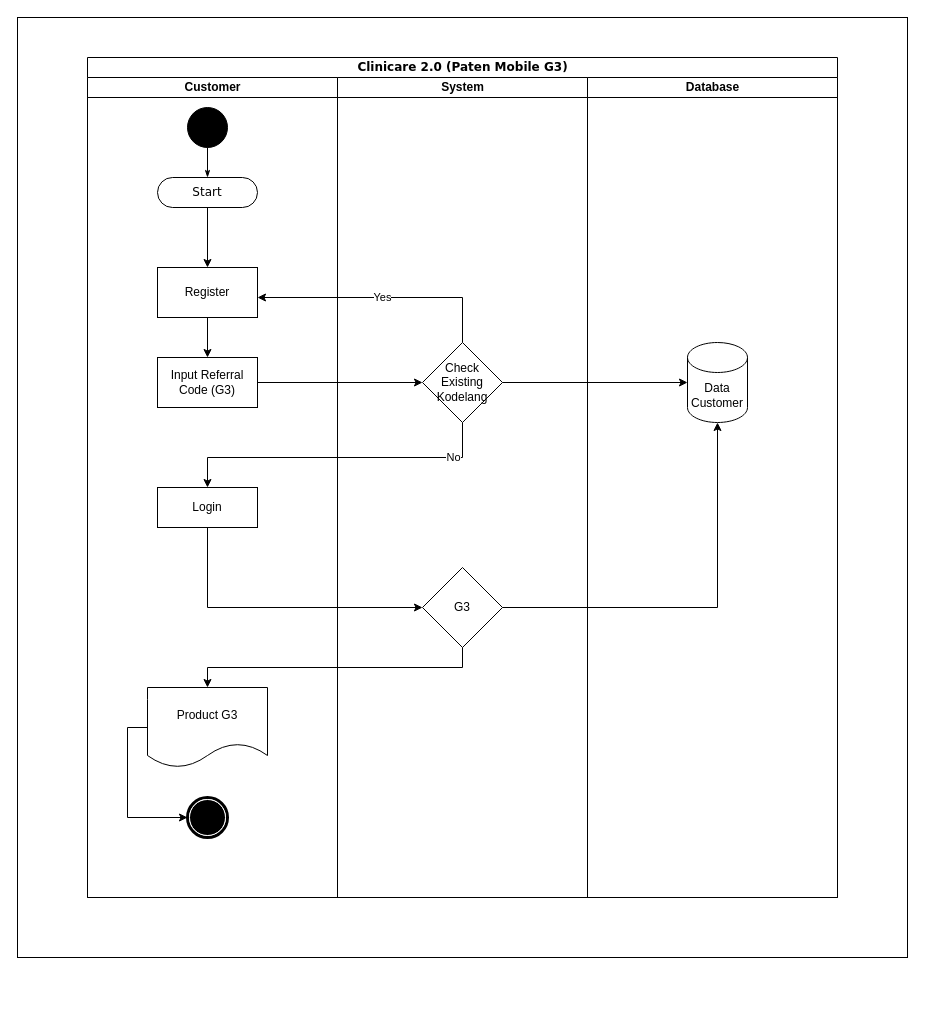
Above: page "BP-Paten Mobile G3" (2 of 6) of Diagram Paten Mobile G3.drawio in muhamadfarkhan/system-analyst (draw.io), before the change. Source tidied: cells renumbered, new cells numbered last; positions are measured from the earlier drawing's top-left corner, leaving out a move shared by most shapes. Both pictures are drawn from the tidied source at 100%, with x=0, y=0 at pixel (17, 17).
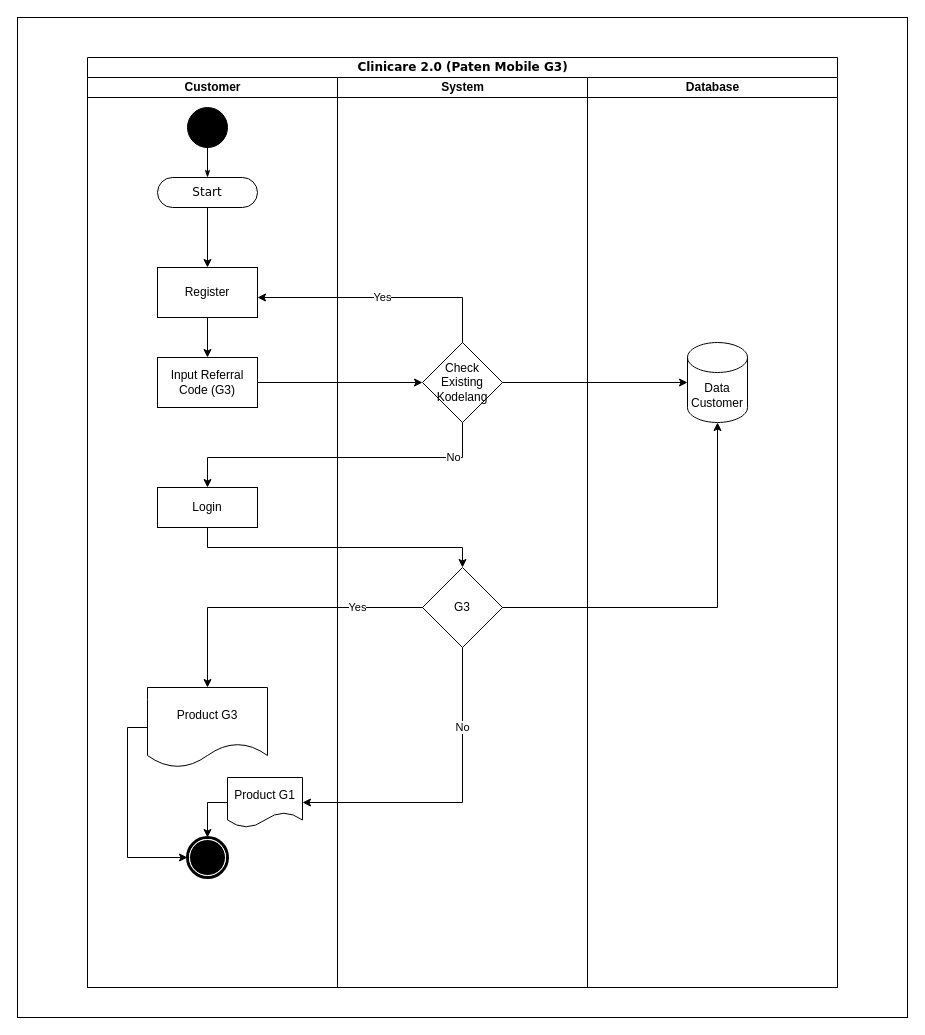
After the change.

The change refers to these unchanged cells:
```xml
<mxCell id="11" value="Login" style="whiteSpace=wrap;html=1;dashed=0;" parent="4" vertex="1">
  <mxGeometry x="70" y="410" width="100" height="40" as="geometry" />
</mxCell>
<mxCell id="15" value="Product G3" style="shape=document;whiteSpace=wrap;html=1;boundedLbl=1;" parent="4" vertex="1">
  <mxGeometry x="60" y="610" width="120" height="80" as="geometry" />
</mxCell>
<mxCell id="17" value="G3" style="rhombus;whiteSpace=wrap;html=1;" parent="16" vertex="1">
  <mxGeometry x="85" y="490" width="80" height="80" as="geometry" />
</mxCell>
<mxCell id="20" value="Data Customer" style="shape=cylinder3;whiteSpace=wrap;html=1;boundedLbl=1;backgroundOutline=1;size=15;" parent="19" vertex="1">
  <mxGeometry x="100" y="265" width="60" height="80" as="geometry" />
</mxCell>
```

What changed in the source:
```diff
@@
     <mxCell id="2" style="rounded=0;whiteSpace=wrap;html=1;" parent="1" vertex="1">
-      <mxGeometry width="890" height="940" as="geometry" />
+      <mxGeometry width="890" height="1000" as="geometry" />
     </mxCell>
     <mxCell id="3" value="Clinicare 2.0 (Paten Mobile G3)" style="swimlane;html=1;startSize=20;rounded=0;shadow=0;comic=0;labelBackgroundColor=none;strokeWidth=1;fontFamily=Verdana;fontSize=12;align=center;" parent="1" vertex="1">
-      <mxGeometry x="70" y="40" width="750" height="840" as="geometry" />
+      <mxGeometry x="70" y="40" width="750" height="930" as="geometry" />
     </mxCell>
     <mxCell id="4" value="Customer" style="swimlane;html=1;startSize=20;" parent="3" vertex="1">
-      <mxGeometry y="20" width="250" height="820" as="geometry" />
+      <mxGeometry y="20" width="250" height="910" as="geometry" />
     </mxCell>
@@
     <mxCell id="12" style="shape=mxgraph.bpmn.shape;html=1;verticalLabelPosition=bottom;labelBackgroundColor=#ffffff;verticalAlign=top;perimeter=ellipsePerimeter;outline=end;symbol=terminate;rounded=0;shadow=0;comic=0;strokeWidth=1;fontFamily=Verdana;fontSize=12;align=center;" parent="4" vertex="1">
-      <mxGeometry x="100" y="720" width="40" height="40" as="geometry" />
+      <mxGeometry x="100" y="760" width="40" height="40" as="geometry" />
     </mxCell>
@@
+    <mxCell id="28" style="edgeStyle=orthogonalEdgeStyle;rounded=0;jettySize=auto;html=1;exitX=0;exitY=0.5;exitDx=0;exitDy=0;entryX=0.5;entryY=0;entryDx=0;entryDy=0;" parent="4" edge="1" source="29" target="12">
+      <mxGeometry relative="1" as="geometry" />
+    </mxCell>
+    <mxCell id="29" value="Product G1" style="shape=document;whiteSpace=wrap;html=1;boundedLbl=1;" parent="4" vertex="1">
+      <mxGeometry x="140" y="700" width="75" height="50" as="geometry" />
+    </mxCell>
     <mxCell id="16" value="System" style="swimlane;html=1;startSize=20;" parent="3" vertex="1">
-      <mxGeometry x="250" y="20" width="250" height="820" as="geometry" />
+      <mxGeometry x="250" y="20" width="250" height="910" as="geometry" />
     </mxCell>
@@
     <mxCell id="19" value="Database" style="swimlane;html=1;startSize=20;" parent="3" vertex="1">
-      <mxGeometry x="500" y="20" width="250" height="820" as="geometry" />
+      <mxGeometry x="500" y="20" width="250" height="910" as="geometry" />
     </mxCell>
@@
-    <mxCell id="21" style="edgeStyle=orthogonalEdgeStyle;rounded=0;jettySize=auto;html=1;exitX=0.5;exitY=1;exitDx=0;exitDy=0;entryX=0;entryY=0.5;entryDx=0;entryDy=0;" parent="3" edge="1" source="11" target="17">
+    <mxCell id="21" style="edgeStyle=orthogonalEdgeStyle;rounded=0;jettySize=auto;html=1;exitX=0.5;exitY=1;exitDx=0;exitDy=0;" parent="3" edge="1" source="11" target="17">
       <mxGeometry relative="1" as="geometry" />
     </mxCell>
@@
+    <mxCell id="27" style="edgeStyle=orthogonalEdgeStyle;rounded=0;jettySize=auto;html=1;exitX=1;exitY=0.5;exitDx=0;exitDy=0;" parent="3" edge="1" source="17" target="20">
+      <mxGeometry relative="1" as="geometry" />
+    </mxCell>
-    <mxCell id="26" style="edgeStyle=orthogonalEdgeStyle;rounded=0;jettySize=auto;html=1;exitX=0.5;exitY=1;exitDx=0;exitDy=0;entryX=0.5;entryY=0;entryDx=0;entryDy=0;" parent="3" edge="1" source="17" target="15">
-      <mxGeometry relative="1" as="geometry" />
+    <mxCell id="26" value="Yes" style="edgeStyle=orthogonalEdgeStyle;rounded=0;jettySize=auto;html=1;exitX=0;exitY=0.5;exitDx=0;exitDy=0;" parent="3" edge="1" source="17" target="15">
+      <mxGeometry x="-0.56" relative="1" as="geometry" />
     </mxCell>
-    <mxCell id="27" style="edgeStyle=orthogonalEdgeStyle;rounded=0;jettySize=auto;html=1;exitX=1;exitY=0.5;exitDx=0;exitDy=0;" parent="3" edge="1" source="17" target="20">
-      <mxGeometry relative="1" as="geometry" />
-    </mxCell>
+    <mxCell id="30" value="No" style="edgeStyle=orthogonalEdgeStyle;rounded=0;jettySize=auto;html=1;exitX=0.5;exitY=1;exitDx=0;exitDy=0;entryX=1;entryY=0.5;entryDx=0;entryDy=0;" parent="3" edge="1" source="17" target="29">
+      <mxGeometry x="-0.49" relative="1" as="geometry" />
+    </mxCell>
```
